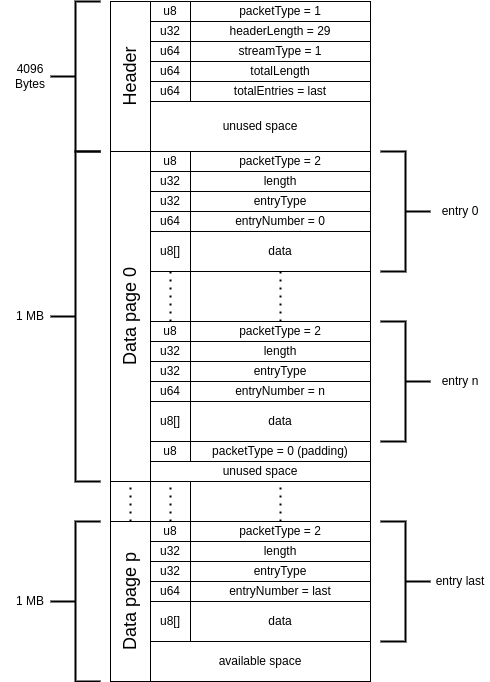
Above: doc/data-streamer-bin-file.drawio.png in 0xPolygon/zkevm-data-streamer (draw.io), before the change. Source tidied: cells renumbered, new cells last; positions are measured from the earlier drawing's top-left corner, leaving out a move shared by most shapes.
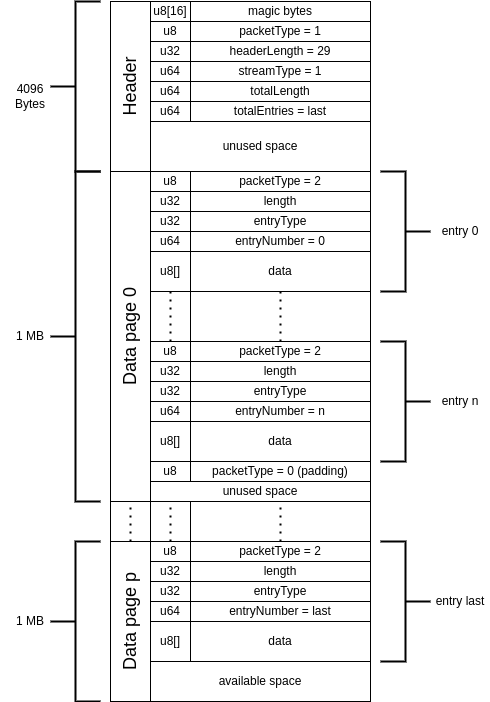
The same diagram one commit later.

Commit message:
Add "magic bytes" info to doc and binary file format diagram

What changed in the source:
```diff
@@ -3,7 +3,7 @@
     <mxCell id="0" />
     <mxCell id="1" parent="0" />
     <mxCell id="2" value="&lt;font style=&quot;font-size: 18px;&quot;&gt;Header&lt;/font&gt;" style="rounded=0;whiteSpace=wrap;html=1;horizontal=0;" parent="1" vertex="1">
-      <mxGeometry x="110" width="40" height="150" as="geometry" />
+      <mxGeometry x="110" y="-20" width="40" height="170" as="geometry" />
     </mxCell>
     <mxCell id="3" value="u8" style="rounded=0;whiteSpace=wrap;html=1;" parent="1" vertex="1">
       <mxGeometry x="150" width="40" height="20" as="geometry" />
@@ -192,7 +192,7 @@
       <mxGeometry x="150" y="460" width="220" height="20" as="geometry" />
     </mxCell>
     <mxCell id="65" style="strokeWidth=2;html=1;shape=mxgraph.flowchart.annotation_2;align=center;labelPosition=left;rotation=0;verticalAlign=bottom;verticalLabelPosition=middle;textDirection=ltr;horizontal=0;" parent="1" vertex="1">
-      <mxGeometry x="50" width="50" height="150" as="geometry" />
+      <mxGeometry x="50" y="-20" width="50" height="170" as="geometry" />
     </mxCell>
     <mxCell id="66" value="4096 Bytes" style="text;html=1;strokeColor=none;fillColor=none;align=center;verticalAlign=middle;whiteSpace=wrap;rounded=0;" parent="1" vertex="1">
       <mxGeometry y="60" width="60" height="30" as="geometry" />
@@ -209,5 +209,11 @@
     <mxCell id="70" value="1 MB" style="text;html=1;strokeColor=none;fillColor=none;align=center;verticalAlign=middle;whiteSpace=wrap;rounded=0;" parent="1" vertex="1">
       <mxGeometry y="585" width="60" height="30" as="geometry" />
     </mxCell>
+    <mxCell id="71" value="u8[16]" style="rounded=0;whiteSpace=wrap;html=1;" parent="1" vertex="1">
+      <mxGeometry x="150" y="-20" width="40" height="20" as="geometry" />
+    </mxCell>
+    <mxCell id="72" value="magic bytes" style="rounded=0;whiteSpace=wrap;html=1;" parent="1" vertex="1">
+      <mxGeometry x="190" y="-20" width="180" height="20" as="geometry" />
+    </mxCell>
   </root>
 </mxGraphModel>
```
